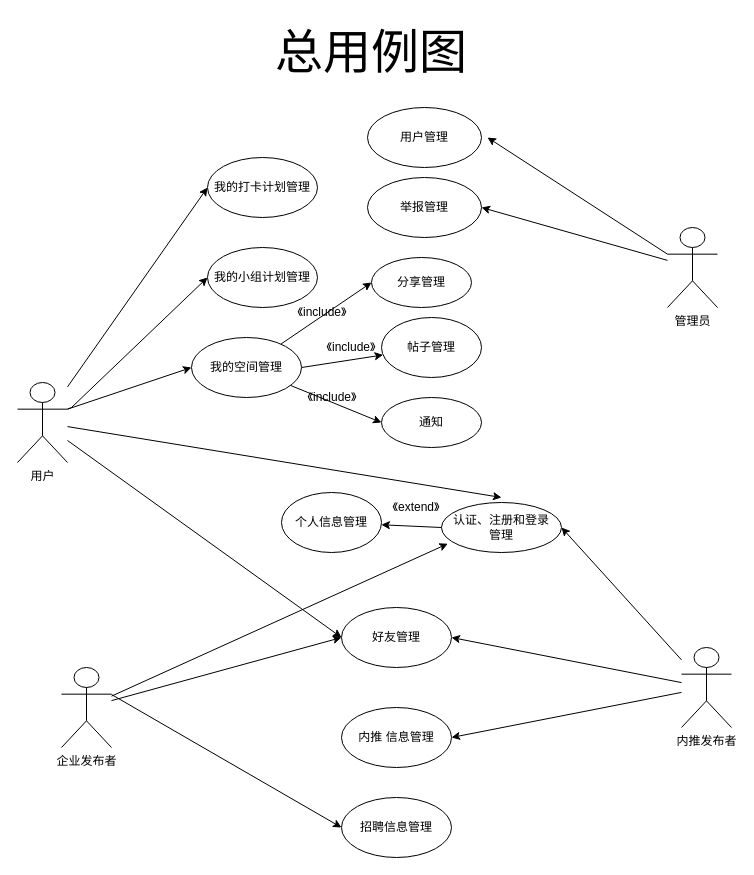
JohnnyLin12/GJR_BBS keeps this draw.io diagram as n.drawio. Above is the earlier version. Source tidied: cells renumbered, new cells numbered last; positions are measured from the earlier drawing's top-left corner, leaving out a move shared by most shapes. Both pictures are drawn from the tidied source at 100%, with x=0, y=0 at pixel (17, 17).
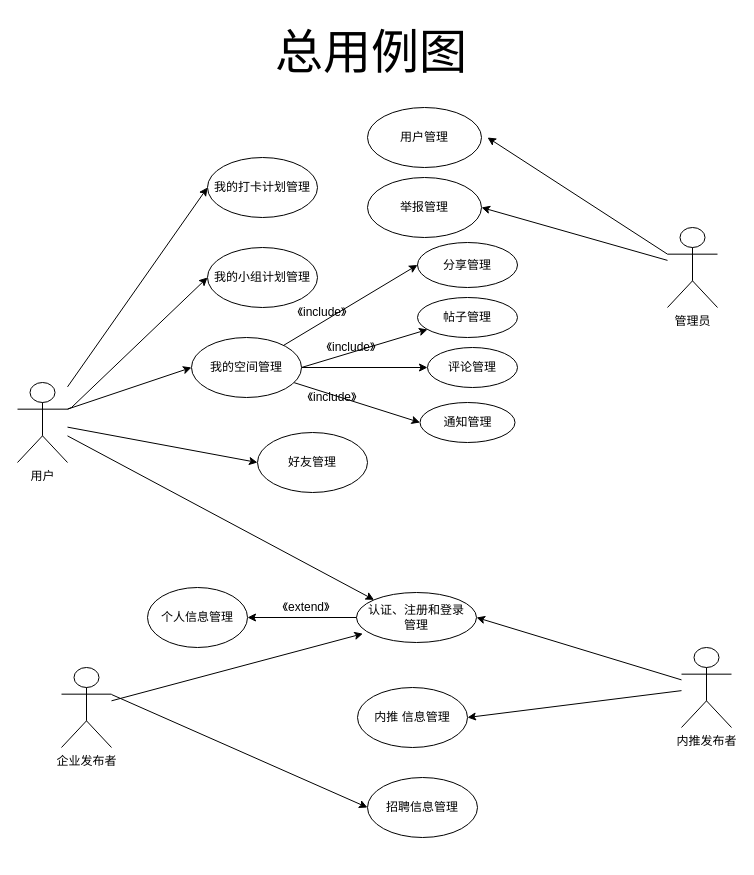
The same page after the edit.

The change refers to these unchanged cells:
```xml
<mxCell id="4" value="用户" style="shape=umlActor;verticalLabelPosition=bottom;verticalAlign=top;html=1;" parent="1" vertex="1">
  <mxGeometry y="365" width="50" height="80" as="geometry" />
</mxCell>
<mxCell id="6" value="企业发布者" style="shape=umlActor;verticalLabelPosition=bottom;verticalAlign=top;html=1;" parent="1" vertex="1">
  <mxGeometry x="44" y="650" width="50" height="80" as="geometry" />
</mxCell>
<mxCell id="7" value="内推发布者" style="shape=umlActor;verticalLabelPosition=bottom;verticalAlign=top;html=1;" parent="1" vertex="1">
  <mxGeometry x="664" y="630" width="50" height="80" as="geometry" />
</mxCell>
<mxCell id="17" value="我的空间管理" style="ellipse;whiteSpace=wrap;html=1;" parent="1" vertex="1">
  <mxGeometry x="174" y="320" width="110" height="60" as="geometry" />
</mxCell>
```

Change to the diagram source:
```diff
@@
-    <mxCell id="3" style="edgeStyle=none;rounded=0;jettySize=auto;html=1;" parent="1" edge="1" source="4">
-      <mxGeometry x="54" y="155" as="geometry">
-        <mxPoint x="484" y="480" as="targetPoint" />
-      </mxGeometry>
-    </mxCell>
+    <mxCell id="42" style="edgeStyle=none;rounded=0;jettySize=auto;html=1;entryX=0;entryY=0;entryDx=0;entryDy=0;" parent="1" edge="1" source="4" target="30">
+      <mxGeometry relative="1" as="geometry" />
+    </mxCell>
@@
     <mxCell id="11" value="帖子管理" style="ellipse;whiteSpace=wrap;html=1;" parent="1" vertex="1">
-      <mxGeometry x="364" y="300" width="100" height="60" as="geometry" />
+      <mxGeometry x="400" y="280" width="100" height="40" as="geometry" />
     </mxCell>
     <mxCell id="12" value="分享管理" style="ellipse;whiteSpace=wrap;html=1;" parent="1" vertex="1">
-      <mxGeometry x="354" y="240" width="100" height="50" as="geometry" />
+      <mxGeometry x="400" y="225" width="100" height="45" as="geometry" />
     </mxCell>
-    <mxCell id="13" value="通知" style="ellipse;whiteSpace=wrap;html=1;" parent="1" vertex="1">
-      <mxGeometry x="364" y="380" width="100" height="50" as="geometry" />
+    <mxCell id="13" value="评论管理" style="ellipse;whiteSpace=wrap;html=1;" parent="1" vertex="1">
+      <mxGeometry x="410" y="330" width="90" height="40" as="geometry" />
     </mxCell>
@@
+    <mxCell id="43" style="edgeStyle=none;rounded=0;jettySize=auto;html=1;entryX=0;entryY=0.5;entryDx=0;entryDy=0;" parent="1" edge="1" source="17" target="44">
+      <mxGeometry relative="1" as="geometry" />
+    </mxCell>
@@
     <mxCell id="19" value="好友管理" style="ellipse;whiteSpace=wrap;html=1;" parent="1" vertex="1">
-      <mxGeometry x="324" y="590" width="110" height="60" as="geometry" />
+      <mxGeometry x="240" y="415" width="110" height="60" as="geometry" />
     </mxCell>
@@
-    <mxCell id="21" style="edgeStyle=none;rounded=0;jettySize=auto;html=1;entryX=0;entryY=0.5;entryDx=0;entryDy=0;" parent="1" edge="1" source="6" target="19">
-      <mxGeometry x="54" y="155" as="geometry" />
-    </mxCell>
-    <mxCell id="22" style="edgeStyle=none;rounded=0;jettySize=auto;html=1;entryX=1;entryY=0.5;entryDx=0;entryDy=0;" parent="1" edge="1" source="7" target="19">
-      <mxGeometry x="54" y="155" as="geometry" />
-    </mxCell>
@@
     <mxCell id="27" value="招聘信息管理" style="ellipse;whiteSpace=wrap;html=1;" parent="1" vertex="1">
-      <mxGeometry x="324" y="780" width="110" height="60" as="geometry" />
+      <mxGeometry x="350" y="760" width="110" height="60" as="geometry" />
     </mxCell>
     <mxCell id="28" value="内推 信息管理" style="ellipse;whiteSpace=wrap;html=1;" parent="1" vertex="1">
-      <mxGeometry x="324" y="690" width="110" height="60" as="geometry" />
+      <mxGeometry x="340" y="670" width="110" height="60" as="geometry" />
     </mxCell>
@@
     <mxCell id="30" value="认证、注册和登录&lt;br&gt;管理" style="ellipse;whiteSpace=wrap;html=1;" parent="1" vertex="1">
-      <mxGeometry x="424" y="485" width="120" height="50" as="geometry" />
+      <mxGeometry x="339" y="575" width="120" height="50" as="geometry" />
     </mxCell>
@@
     <mxCell id="33" style="group;" parent="1" vertex="1">
-      <mxGeometry x="264" y="475" width="100" height="60" as="geometry" />
+      <mxGeometry x="130" y="570" width="100" height="60" as="geometry" />
     </mxCell>
@@
     <mxCell id="41" value="《extend》" style="text;html=1;strokeColor=none;fillColor=none;align=center;verticalAlign=middle;whiteSpace=wrap;rounded=0;" parent="1" vertex="1">
-      <mxGeometry x="364" y="475" width="70" height="30" as="geometry" />
+      <mxGeometry x="254" y="575" width="70" height="30" as="geometry" />
     </mxCell>
+    <mxCell id="44" value="通知管理" style="ellipse;whiteSpace=wrap;html=1;" parent="1" vertex="1">
+      <mxGeometry x="402.5" y="385" width="95" height="40" as="geometry" />
+    </mxCell>
```
